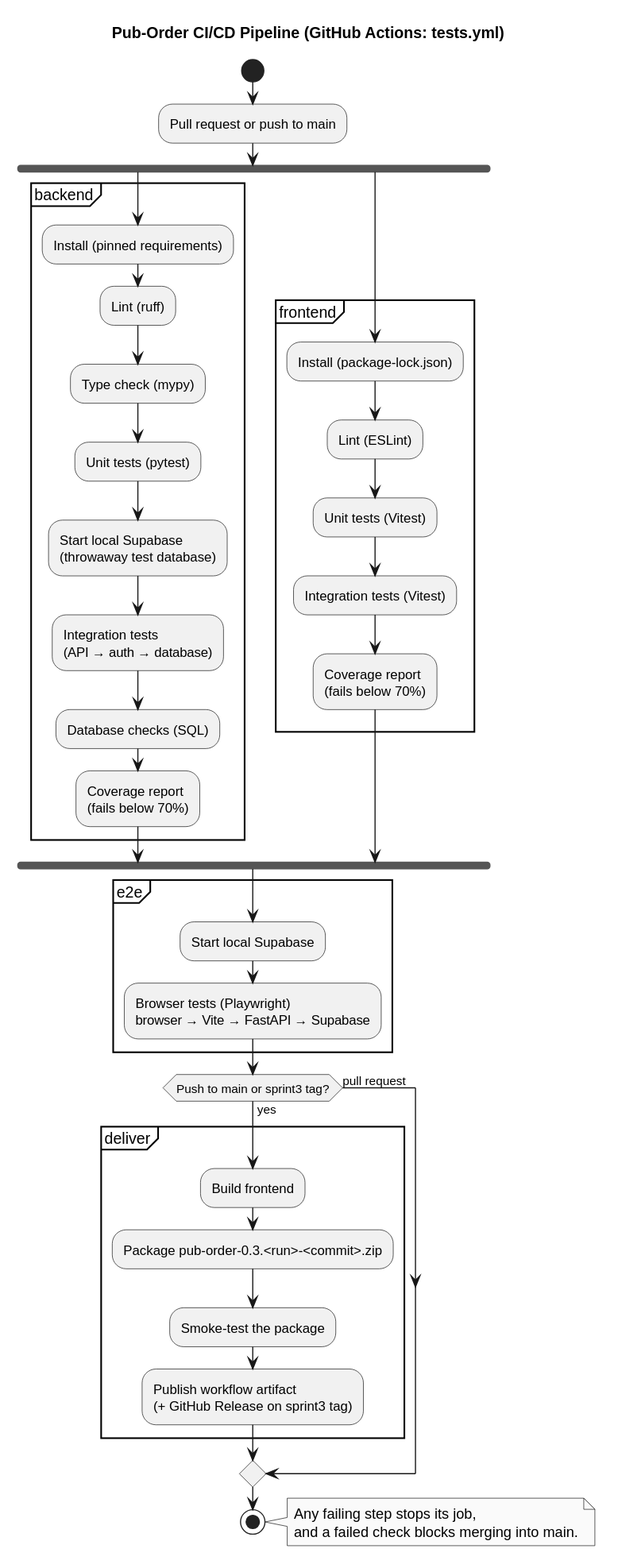
Earlier version of the PlantUML export docs/diagrams/05-ci-pipeline.svg (hamayunrz/Pub-Order).
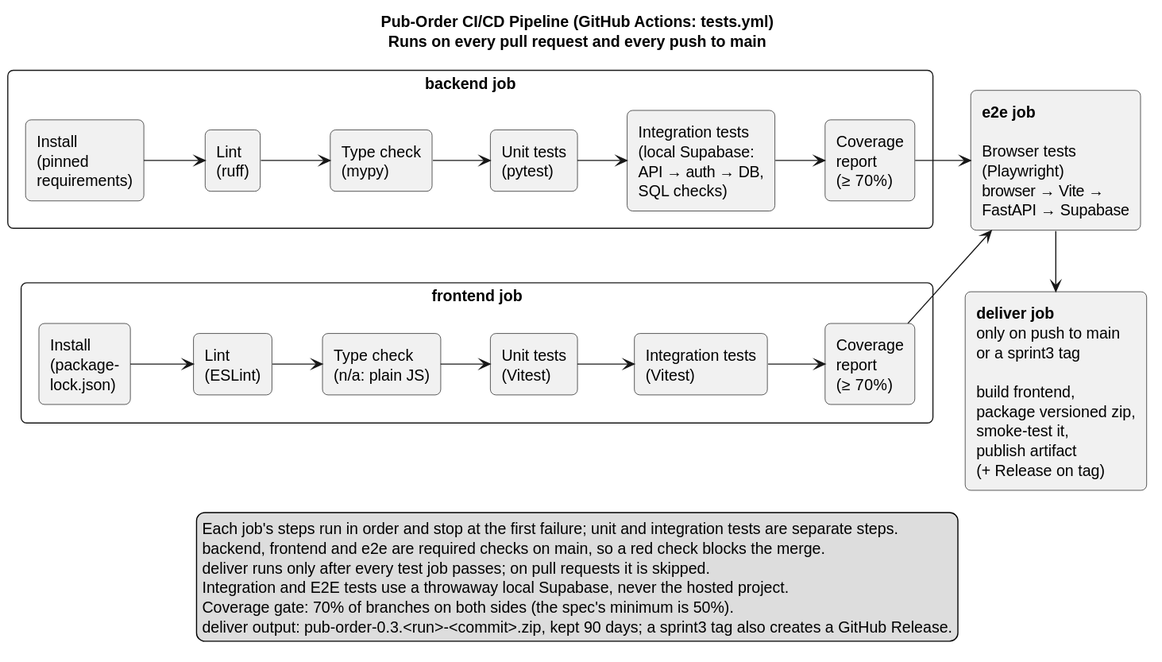
Above is the later version.

Commit message:
Redraw CI pipeline diagram in a wide layout

Change to the diagram source:
```diff
@@ -1,48 +1,60 @@
 @startuml
-!pragma layout smetana
-title Pub-Order CI/CD Pipeline (GitHub Actions: tests.yml)
+title
+  Pub-Order CI/CD Pipeline (GitHub Actions: tests.yml)
+  Runs on every pull request and every push to main
+end title
+left to right direction
 skinparam monochrome true
 skinparam shadowing false
 skinparam defaultFontName SansSerif
+skinparam rectangleRoundCorner 10
+skinparam nodesep 55
+skinparam ranksep 45
+skinparam packageStyle rectangle
 
-start
-:Pull request or push to main;
-fork
-  partition "backend" {
-    :Install (pinned requirements);
-    :Lint (ruff);
-    :Type check (mypy);
-    :Unit tests (pytest);
-    :Start local Supabase\n(throwaway test database);
-    :Integration tests\n(API → auth → database);
-    :Database checks (SQL);
-    :Coverage report\n(fails below 70%);
-  }
-fork again
-  partition "frontend" {
-    :Install (package-lock.json);
-    :Lint (ESLint);
-    :Unit tests (Vitest);
-    :Integration tests (Vitest);
-    :Coverage report\n(fails below 70%);
-  }
-end fork
-partition "e2e" {
-  :Start local Supabase;
-  :Browser tests (Playwright)\nbrowser → Vite → FastAPI → Supabase;
+package "backend job" {
+  rectangle "Install\n(pinned\nrequirements)" as B1
+  rectangle "Lint\n(ruff)" as B2
+  rectangle "Type check\n(mypy)" as B3
+  rectangle "Unit tests\n(pytest)" as B4
+  rectangle "Integration tests\n(local Supabase:\nAPI → auth → DB,\nSQL checks)" as B5
+  rectangle "Coverage\nreport\n(≥ 70%)" as B6
 }
-if (Push to main or sprint3 tag?) then (yes)
-  partition "deliver" {
-    :Build frontend;
-    :Package pub-order-0.3.<run>-<commit>.zip;
-    :Smoke-test the package;
-    :Publish workflow artifact\n(+ GitHub Release on sprint3 tag);
-  }
-else (pull request)
-endif
-stop
-note right
-  Any failing step stops its job,
-  and a failed check blocks merging into main.
-end note
+
+package "frontend job" {
+  rectangle "Install\n(package-\nlock.json)" as F1
+  rectangle "Lint\n(ESLint)" as F2
+  rectangle "Type check\n(n/a: plain JS)" as F3
+  rectangle "Unit tests\n(Vitest)" as F4
+  rectangle "Integration tests\n(Vitest)" as F5
+  rectangle "Coverage\nreport\n(≥ 70%)" as F6
+}
+
+rectangle "<b>e2e job</b>\n\nBrowser tests\n(Playwright)\nbrowser → Vite →\nFastAPI → Supabase" as E1
+
+rectangle "<b>deliver job</b>\nonly on push to main\nor a sprint3 tag\n\nbuild frontend,\npackage versioned zip,\nsmoke-test it,\npublish artifact\n(+ Release on tag)" as D1
+
+B1 --> B2
+B2 --> B3
+B3 --> B4
+B4 --> B5
+B5 --> B6
+F1 --> F2
+F2 --> F3
+F3 --> F4
+F4 --> F5
+F5 --> F6
+B6 --> E1
+F6 --> E1
+F6 -[hidden]-> D1
+E1 -[norank]-> D1
+
+legend bottom
+  Each job's steps run in order and stop at the first failure; unit and integration tests are separate steps.
+  backend, frontend and e2e are required checks on main, so a red check blocks the merge.
+  deliver runs only after every test job passes; on pull requests it is skipped.
+  Integration and E2E tests use a throwaway local Supabase, never the hosted project.
+  Coverage gate: 70% of branches on both sides (the spec's minimum is 50%).
+  deliver output: pub-order-0.3.<run>-<commit>.zip, kept 90 days; a sprint3 tag also creates a GitHub Release.
+endlegend
 @enduml
```
